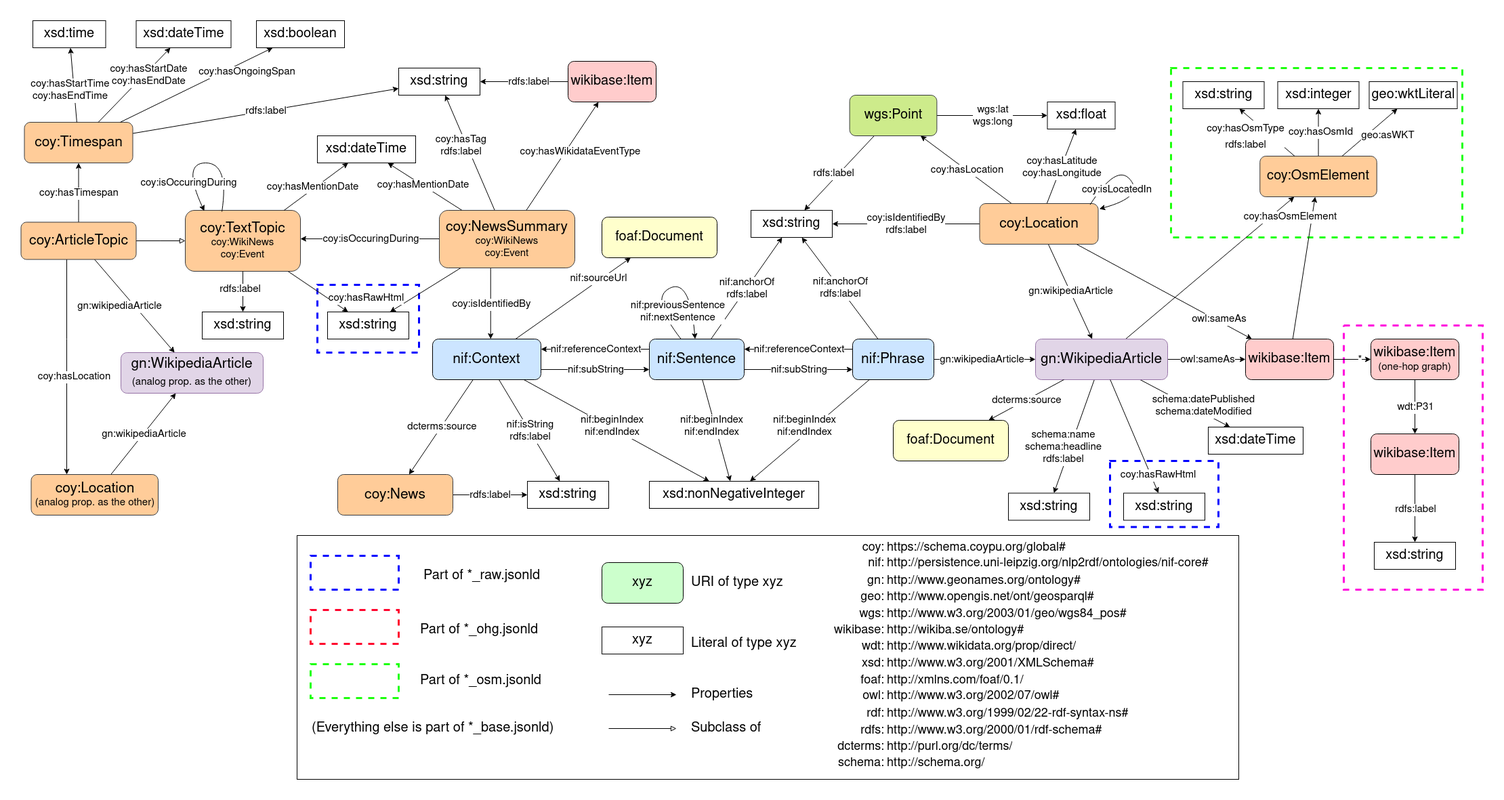
This is docs/Schema.drawio.png from semantic-systems/current-events-to-kg, a draw.io export, as it was before one commit. Source tidied: cells renumbered, new cells last; positions are measured from the earlier drawing's top-left corner, leaving out a move shared by most shapes.
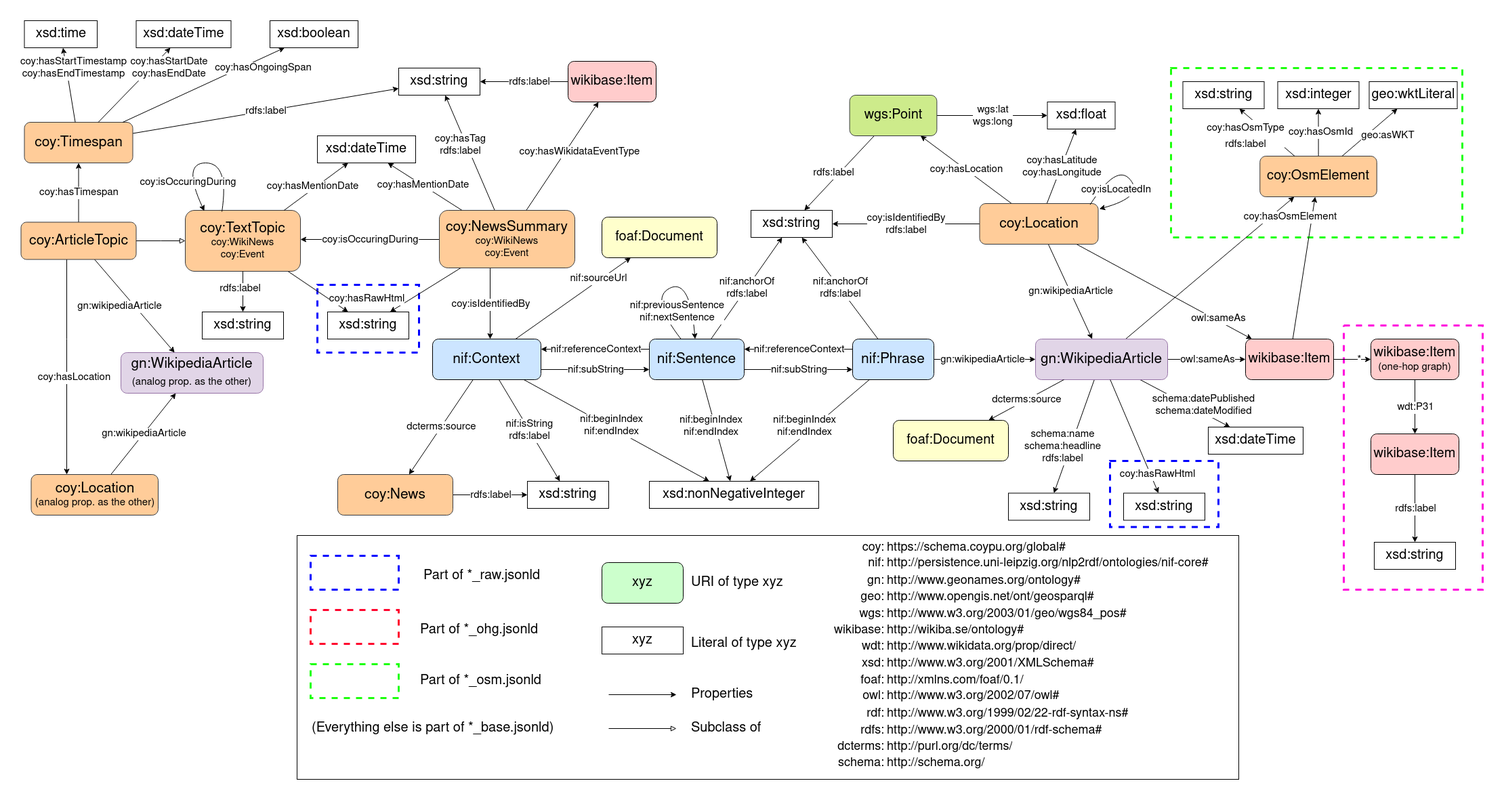
Above is the later version.

What changed in the source:
```diff
@@ -541,7 +541,7 @@
     </mxCell>
     <mxCell id="164" value="&lt;div style=&quot;font-size: 15px;&quot;&gt;&lt;font style=&quot;font-size: 15px;&quot;&gt;coy:hasStartDate&lt;/font&gt;&lt;/div&gt;&lt;div style=&quot;font-size: 15px;&quot;&gt;&lt;font style=&quot;font-size: 15px;&quot;&gt;coy:hasEndDate&lt;/font&gt;&lt;/div&gt;" style="edgeLabel;html=1;align=center;verticalAlign=middle;fontSize=21;" parent="163" vertex="1">
       <mxGeometry relative="1" as="geometry">
-        <mxPoint x="20" y="-15" as="offset" />
+        <mxPoint x="50" y="-25" as="offset" />
       </mxGeometry>
     </mxCell>
     <mxCell id="165" value="&lt;font style=&quot;font-size: 20px;&quot;&gt;xsd:dateTime&lt;/font&gt;" style="rounded=0;whiteSpace=wrap;html=1;labelBackgroundColor=default;fontFamily=Helvetica;fontSize=15;fontColor=default;fillColor=none;gradientColor=none;" parent="1" vertex="1">
@@ -552,22 +552,22 @@
     </mxCell>
     <mxCell id="167" value="coy:hasOngoingSpan" style="edgeLabel;html=1;align=center;verticalAlign=middle;fontSize=15;" parent="166" vertex="1">
       <mxGeometry relative="1" as="geometry">
-        <mxPoint x="73" y="-20" as="offset" />
+        <mxPoint x="87" y="-25" as="offset" />
       </mxGeometry>
     </mxCell>
     <mxCell id="168" value="&lt;font style=&quot;font-size: 20px;&quot;&gt;xsd:boolean&lt;/font&gt;" style="rounded=0;whiteSpace=wrap;html=1;labelBackgroundColor=default;fontFamily=Helvetica;fontSize=15;fontColor=default;fillColor=none;gradientColor=none;" parent="1" vertex="1">
-      <mxGeometry x="348" width="130" height="40" as="geometry" />
+      <mxGeometry x="368" width="130" height="40" as="geometry" />
     </mxCell>
     <mxCell id="169" style="rounded=0;jettySize=auto;html=1;" parent="1" edge="1" source="162" target="171">
       <mxGeometry relative="1" as="geometry" />
     </mxCell>
-    <mxCell id="170" value="&lt;div&gt;coy:hasStartTime&lt;/div&gt;&lt;div&gt;coy:hasEndTime&lt;br&gt;&lt;/div&gt;" style="edgeLabel;html=1;align=center;verticalAlign=middle;fontSize=15;" parent="169" vertex="1">
+    <mxCell id="170" value="&lt;div&gt;coy:hasStartTimestamp&lt;/div&gt;&lt;div&gt;coy:hasEndTimestamp&lt;br&gt;&lt;/div&gt;" style="edgeLabel;html=1;align=center;verticalAlign=middle;fontSize=15;" parent="169" vertex="1">
       <mxGeometry relative="1" as="geometry">
-        <mxPoint x="-6" y="6" as="offset" />
+        <mxPoint x="6" y="-25" as="offset" />
       </mxGeometry>
     </mxCell>
     <mxCell id="171" value="&lt;font style=&quot;font-size: 20px;&quot;&gt;xsd:time&lt;/font&gt;" style="rounded=0;whiteSpace=wrap;html=1;labelBackgroundColor=default;fontFamily=Helvetica;fontSize=15;fontColor=default;fillColor=none;gradientColor=none;" parent="1" vertex="1">
-      <mxGeometry x="18" width="107.5" height="40" as="geometry" />
+      <mxGeometry x="5.5" width="107.5" height="40" as="geometry" />
     </mxCell>
     <mxCell id="172" style="edgeStyle=none;rounded=0;jettySize=auto;html=1;fontFamily=Helvetica;fontSize=15;fontColor=default;endArrow=classic;endFill=1;" parent="1" edge="1" source="47" target="57">
       <mxGeometry relative="1" as="geometry" />
```
